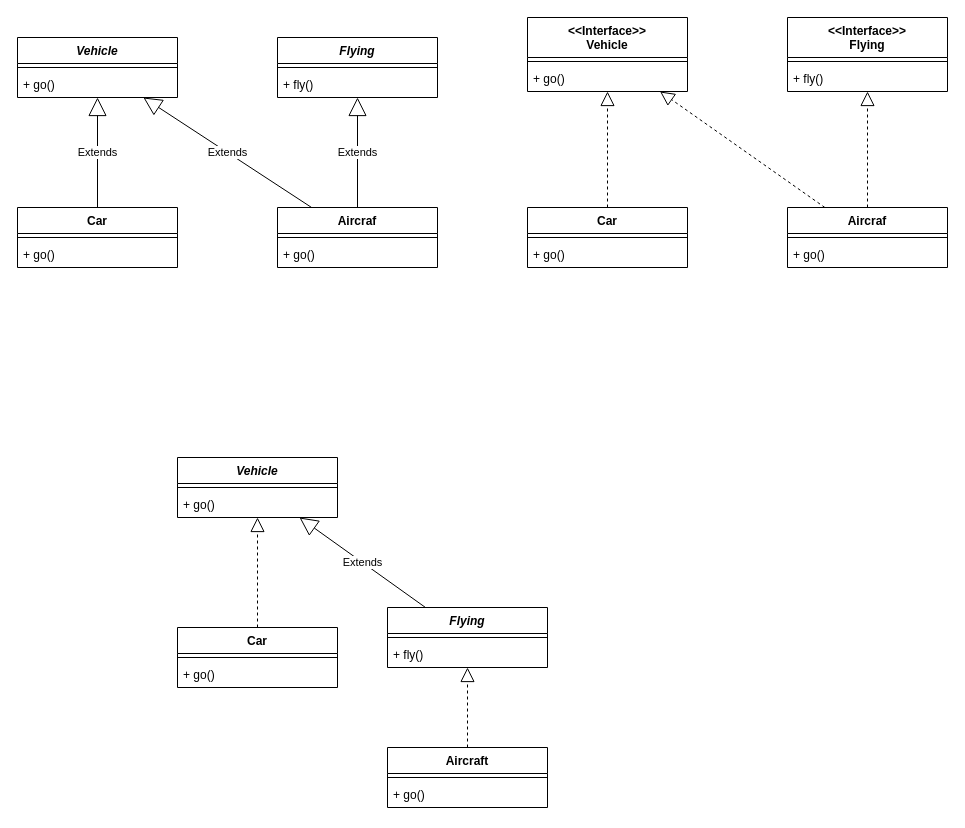
Before: solid/solid.drawio in argonaultes-public/hexagone-b2-paris-2025-tp1-reminder-oo, a draw.io diagram. Source tidied: cells renumbered, new cells numbered last; positions are measured from the earlier drawing's top-left corner, leaving out a move shared by most shapes. Both pictures are drawn from the tidied source at 100%, with x=0, y=0 at pixel (17, 17).
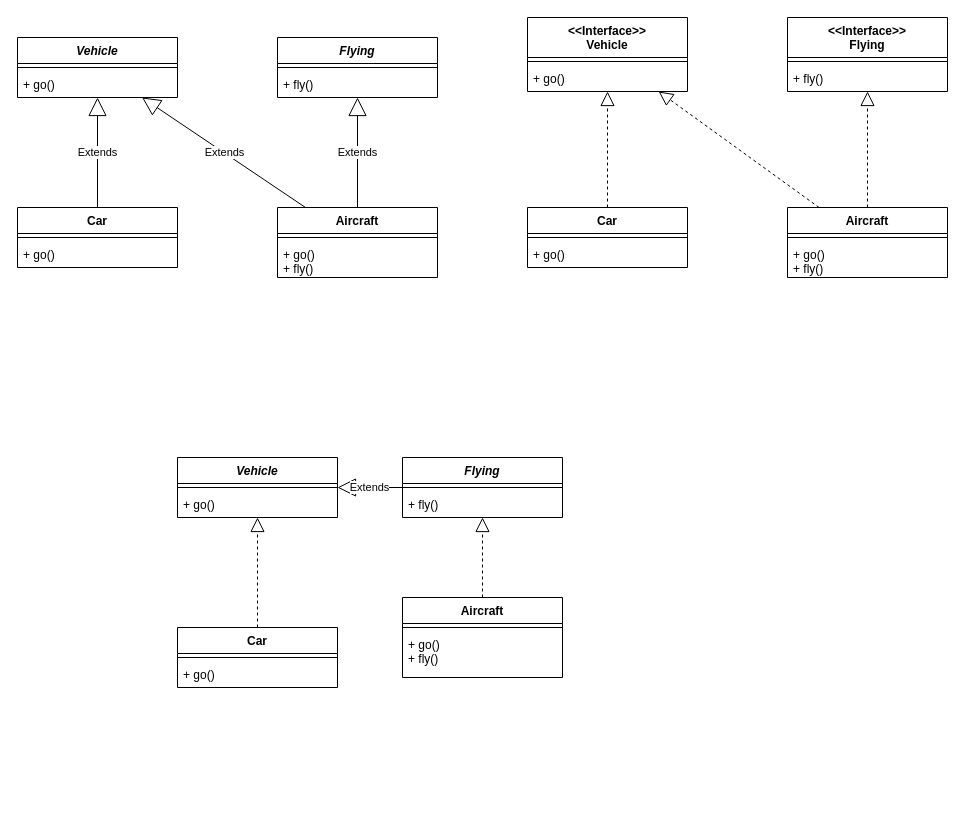
The same page after the edit.

Commit message (it also covers changes not shown here):
interface seg fixed

The edit, as a diff of the source:
```diff
@@
-    <mxCell id="11" value="Aircraf" style="swimlane;fontStyle=1;align=center;verticalAlign=top;horizontal=1;startSize=26;" parent="1" vertex="1">
-      <mxGeometry x="260" y="190" width="160" height="60" as="geometry" />
+    <mxCell id="11" value="Aircraft" style="swimlane;fontStyle=1;align=center;verticalAlign=top;horizontal=1;startSize=26;" parent="1" vertex="1">
+      <mxGeometry x="260" y="190" width="160" height="70" as="geometry" />
     </mxCell>
@@
-    <mxCell id="13" value="+ go()" style="text;strokeColor=none;fillColor=none;align=left;verticalAlign=top;spacingLeft=4;spacingRight=4;overflow=hidden;" parent="11" vertex="1">
-      <mxGeometry y="34" width="160" height="26" as="geometry" />
+    <mxCell id="13" value="+ go()&#10;+ fly()" style="text;strokeColor=none;fillColor=none;align=left;verticalAlign=top;spacingLeft=4;spacingRight=4;overflow=hidden;" parent="11" vertex="1">
+      <mxGeometry y="34" width="160" height="36" as="geometry" />
     </mxCell>
@@
-    <mxCell id="26" value="Aircraf" style="swimlane;fontStyle=1;align=center;verticalAlign=top;horizontal=1;startSize=26;" parent="1" vertex="1">
-      <mxGeometry x="770" y="190" width="160" height="60" as="geometry" />
+    <mxCell id="26" value="Aircraft" style="swimlane;fontStyle=1;align=center;verticalAlign=top;horizontal=1;startSize=26;" parent="1" vertex="1">
+      <mxGeometry x="770" y="190" width="160" height="70" as="geometry" />
     </mxCell>
@@
-    <mxCell id="28" value="+ go()" style="text;strokeColor=none;fillColor=none;align=left;verticalAlign=top;spacingLeft=4;spacingRight=4;overflow=hidden;" parent="26" vertex="1">
-      <mxGeometry y="34" width="160" height="26" as="geometry" />
+    <mxCell id="28" value="+ go()&#10;+ fly()" style="text;strokeColor=none;fillColor=none;align=left;verticalAlign=top;spacingLeft=4;spacingRight=4;overflow=hidden;" parent="26" vertex="1">
+      <mxGeometry y="34" width="160" height="36" as="geometry" />
     </mxCell>
@@
     <mxCell id="35" value="Flying" style="swimlane;fontStyle=3;align=center;verticalAlign=top;horizontal=1;startSize=26;" parent="1" vertex="1">
-      <mxGeometry x="370" y="590" width="160" height="60" as="geometry" />
+      <mxGeometry x="385" y="440" width="160" height="60" as="geometry" />
     </mxCell>
@@
     <mxCell id="41" value="Aircraft" style="swimlane;fontStyle=1;align=center;verticalAlign=top;horizontal=1;startSize=26;" parent="1" vertex="1">
-      <mxGeometry x="370" y="730" width="160" height="60" as="geometry" />
+      <mxGeometry x="385" y="580" width="160" height="80" as="geometry" />
     </mxCell>
@@
-    <mxCell id="43" value="+ go()" style="text;strokeColor=none;fillColor=none;align=left;verticalAlign=top;spacingLeft=4;spacingRight=4;overflow=hidden;" parent="41" vertex="1">
-      <mxGeometry y="34" width="160" height="26" as="geometry" />
+    <mxCell id="43" value="+ go()&#10;+ fly()" style="text;strokeColor=none;fillColor=none;align=left;verticalAlign=top;spacingLeft=4;spacingRight=4;overflow=hidden;" parent="41" vertex="1">
+      <mxGeometry y="34" width="160" height="46" as="geometry" />
     </mxCell>
```
